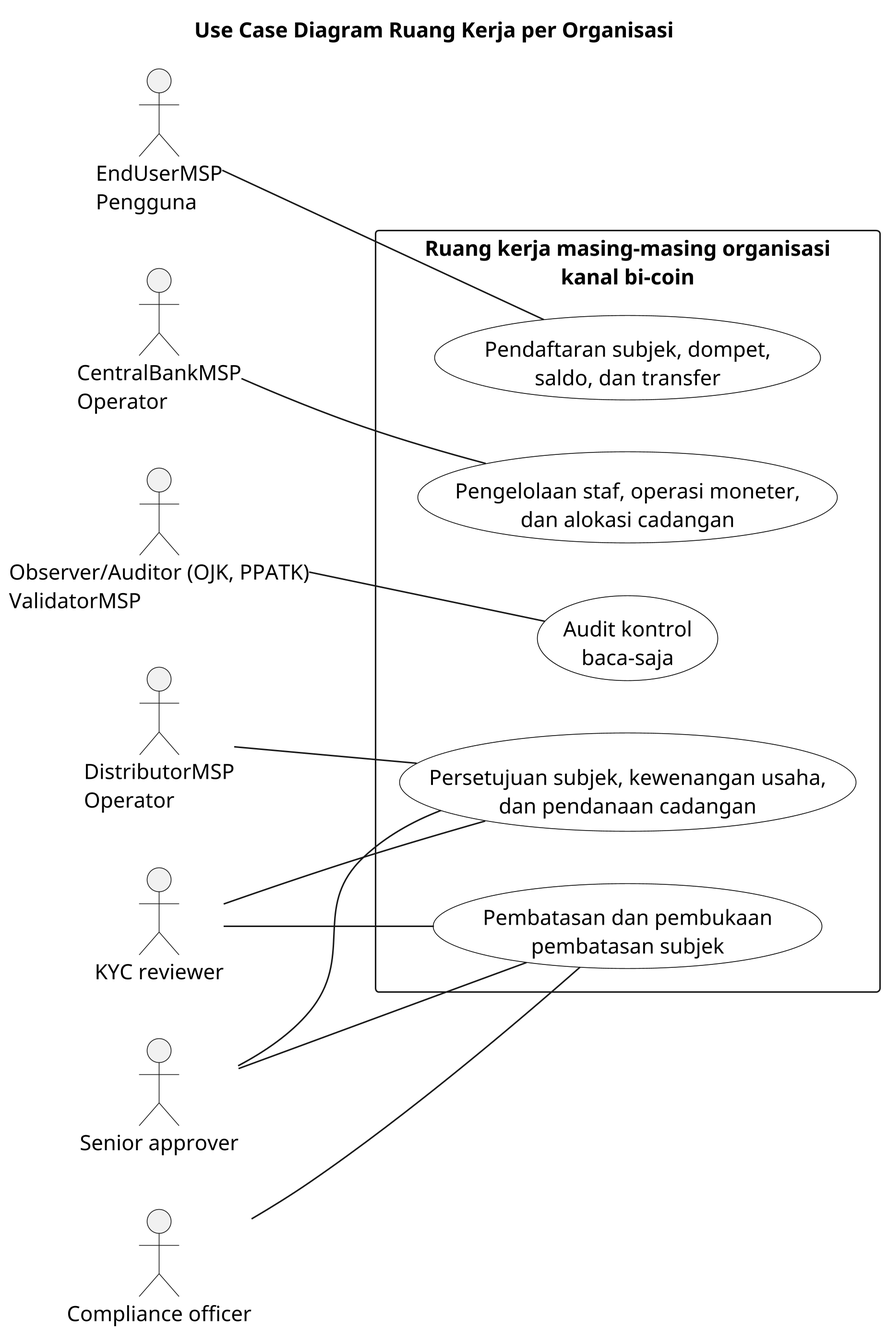
This is thesis/contents/chapter-3/controls-study-use-case.png from mfachrizalg/bi-coin, a PlantUML export, as it was before one commit. Its diagram source:
```plantuml
@startuml controls-study-use-case
title Use Case Diagram Ruang Kerja per Organisasi
left to right direction
skinparam monochrome true
skinparam dpi 300
skinparam defaultFontName Arial
skinparam defaultFontSize 14
skinparam packageStyle rectangle
skinparam shadowing false
skinparam usecase {
  BackgroundColor White
  BorderColor Black
}

actor "EndUserMSP\nPengguna" as EndUser
actor "DistributorMSP\nOperator" as Distributor
actor "CentralBankMSP\nOperator" as CentralBank
actor "Observer/Auditor (OJK, PPATK)\nValidatorMSP" as Validator
actor "KYC reviewer" as KycReviewer
actor "Senior approver" as SeniorApprover
actor "Compliance officer" as ComplianceOfficer

rectangle "Ruang kerja masing-masing organisasi\nkanal bi-coin" {
  usecase "Pendaftaran subjek, dompet,\nsaldo, dan transfer" as EndUserUC
  usecase "Persetujuan subjek, kewenangan usaha,\ndan pendanaan cadangan" as DistributorUC
  usecase "Pembatasan dan pembukaan\npembatasan subjek" as RestrictionUC
  usecase "Pengelolaan staf, operasi moneter,\ndan alokasi cadangan" as CentralBankUC
  usecase "Audit kontrol\nbaca-saja" as ValidatorUC
}

EndUser -- EndUserUC
Distributor -- DistributorUC
CentralBank -- CentralBankUC
Validator -- ValidatorUC
KycReviewer -- DistributorUC
SeniorApprover -- DistributorUC
KycReviewer -- RestrictionUC
SeniorApprover -- RestrictionUC
ComplianceOfficer -- RestrictionUC

@enduml
```
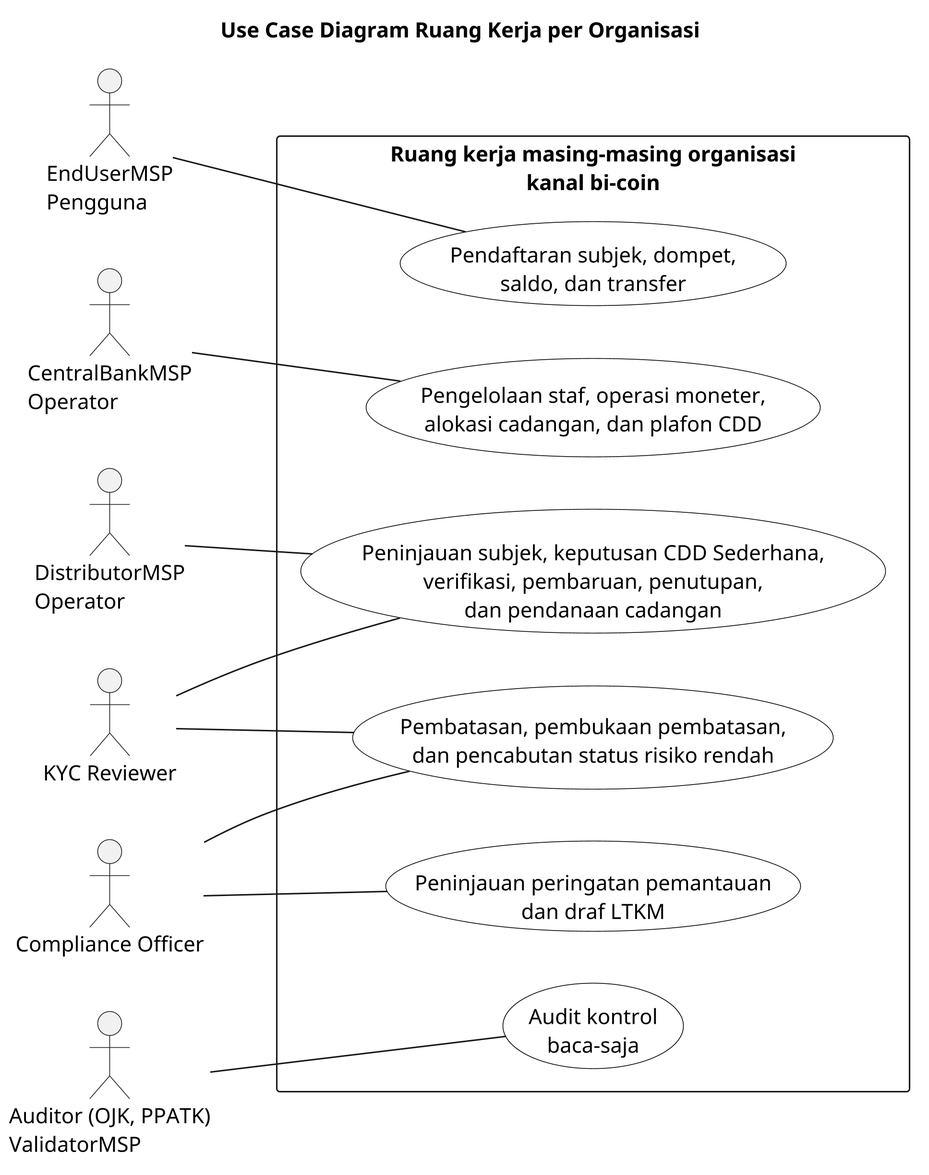
Above is the later version.

What changed in the source:
```diff
@@ -15,16 +15,16 @@
 actor "EndUserMSP\nPengguna" as EndUser
 actor "DistributorMSP\nOperator" as Distributor
 actor "CentralBankMSP\nOperator" as CentralBank
-actor "Observer/Auditor (OJK, PPATK)\nValidatorMSP" as Validator
-actor "KYC reviewer" as KycReviewer
-actor "Senior approver" as SeniorApprover
-actor "Compliance officer" as ComplianceOfficer
+actor "Auditor (OJK, PPATK)\nValidatorMSP" as Validator
+actor "KYC Reviewer" as KycReviewer
+actor "Compliance Officer" as ComplianceOfficer
 
 rectangle "Ruang kerja masing-masing organisasi\nkanal bi-coin" {
   usecase "Pendaftaran subjek, dompet,\nsaldo, dan transfer" as EndUserUC
-  usecase "Persetujuan subjek, kewenangan usaha,\ndan pendanaan cadangan" as DistributorUC
-  usecase "Pembatasan dan pembukaan\npembatasan subjek" as RestrictionUC
-  usecase "Pengelolaan staf, operasi moneter,\ndan alokasi cadangan" as CentralBankUC
+  usecase "Peninjauan subjek, keputusan CDD Sederhana,\nverifikasi, pembaruan, penutupan,\ndan pendanaan cadangan" as DistributorUC
+  usecase "Pembatasan, pembukaan pembatasan,\ndan pencabutan status risiko rendah" as RestrictionUC
+  usecase "Peninjauan peringatan pemantauan\ndan draf LTKM" as MonitoringUC
+  usecase "Pengelolaan staf, operasi moneter,\nalokasi cadangan, dan plafon CDD" as CentralBankUC
   usecase "Audit kontrol\nbaca-saja" as ValidatorUC
 }
 
@@ -33,9 +33,8 @@
 CentralBank -- CentralBankUC
 Validator -- ValidatorUC
 KycReviewer -- DistributorUC
-SeniorApprover -- DistributorUC
 KycReviewer -- RestrictionUC
-SeniorApprover -- RestrictionUC
 ComplianceOfficer -- RestrictionUC
+ComplianceOfficer -- MonitoringUC
 
 @enduml
```
